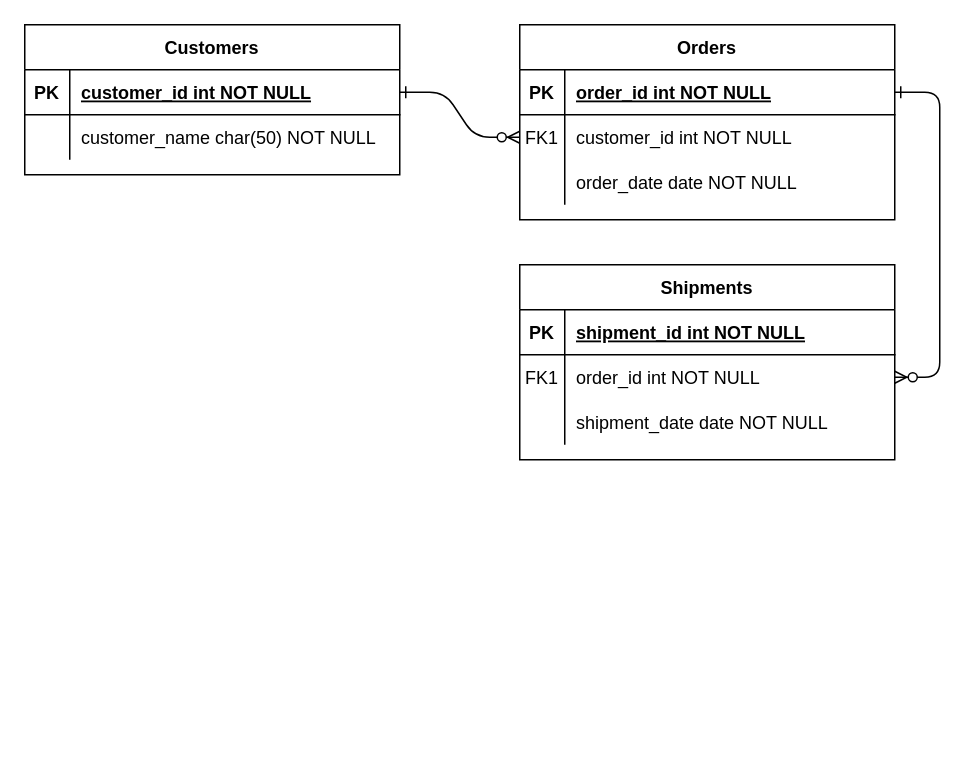
Before: Untitled Diagram.drawio in wunicorns/diagram4node, a draw.io diagram. Source tidied: cells renumbered, new cells numbered last; positions are measured from the earlier drawing's top-left corner, leaving out a move shared by most shapes. Both pictures are drawn from the tidied source at 150%, with x=0, y=0 at pixel (24, 24).
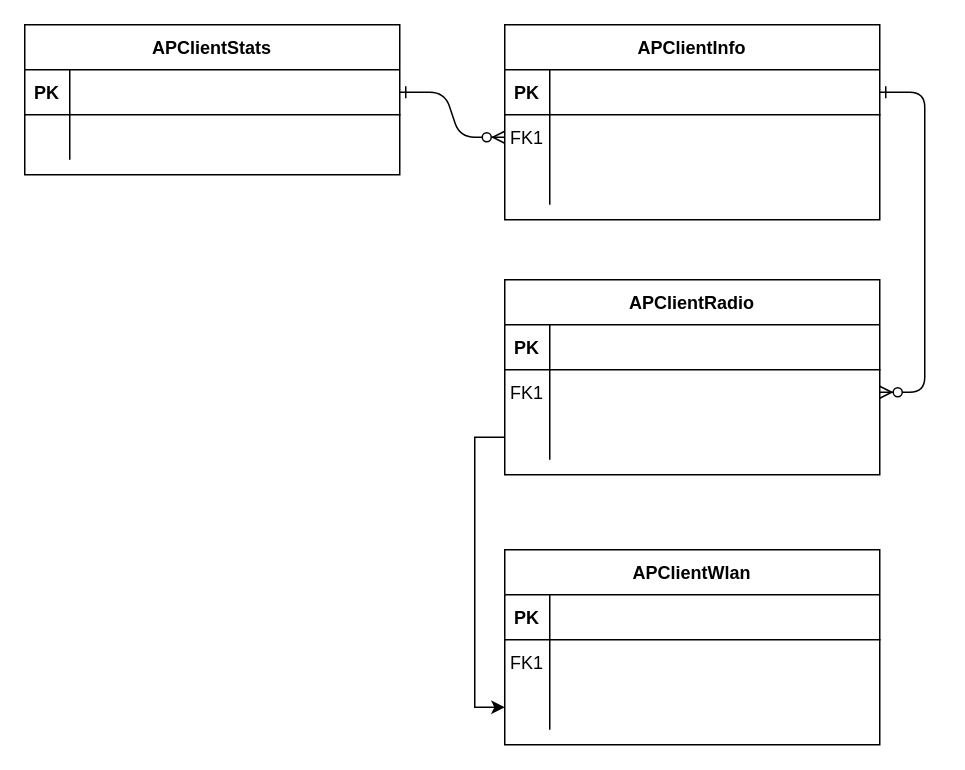
After the change.

The change refers to these unchanged cells:
```xml
<mxCell id="5" style="shape=partialRectangle;fillColor=none;points=[[0,0.5],[1,0.5]];portConstraint=eastwest;top=0;left=0;right=0;bottom=1;" parent="4" vertex="1">
  <mxGeometry y="30" width="250" height="30" as="geometry" />
</mxCell>
<mxCell id="8" style="shape=partialRectangle;fillColor=none;points=[[0,0.5],[1,0.5]];portConstraint=eastwest;top=0;left=0;right=0;bottom=0;" parent="4" vertex="1">
  <mxGeometry y="60" width="250" height="30" as="geometry" />
</mxCell>
<mxCell id="11" style="shape=partialRectangle;fillColor=none;top=0;left=0;right=0;bottom=0;" parent="4" vertex="1">
  <mxGeometry y="90" width="250" height="30" as="geometry" />
</mxCell>
<mxCell id="15" style="shape=partialRectangle;fillColor=none;top=0;left=0;right=0;bottom=1;" parent="14" vertex="1">
  <mxGeometry y="30" width="250" height="30" as="geometry" />
</mxCell>
<mxCell id="18" style="shape=partialRectangle;fillColor=none;points=[[0,0.5],[1,0.5]];portConstraint=eastwest;top=0;left=0;right=0;bottom=0;" parent="14" vertex="1">
  <mxGeometry y="60" width="250" height="30" as="geometry" />
</mxCell>
<mxCell id="21" style="shape=partialRectangle;fillColor=none;points=[[0,0.5],[1,0.5]];portConstraint=eastwest;top=0;left=0;right=0;bottom=0;" parent="14" vertex="1">
  <mxGeometry y="90" width="250" height="30" as="geometry" />
</mxCell>
<mxCell id="25" style="shape=partialRectangle;fillColor=none;points=[[0,0.5],[1,0.5]];portConstraint=eastwest;top=0;left=0;right=0;bottom=1;" parent="24" vertex="1">
  <mxGeometry y="30" width="250" height="30" as="geometry" />
</mxCell>
<mxCell id="28" style="shape=partialRectangle;fillColor=none;top=0;left=0;right=0;bottom=0;" parent="24" vertex="1">
  <mxGeometry y="60" width="250" height="30" as="geometry" />
</mxCell>
```

What changed in the source:
```diff
@@
-    <mxCell id="3" style="edgeStyle=entityRelationEdgeStyle;endArrow=ERzeroToMany;startArrow=ERone;endFill=1;startFill=0;" parent="1" edge="1" source="5" target="18">
+    <mxCell id="3" style="edgeStyle=entityRelationEdgeStyle;endArrow=ERzeroToMany;startArrow=ERone;endFill=1;startFill=0;entryX=1;entryY=0.5;entryDx=0;entryDy=0;" parent="1" edge="1" source="5" target="35">
       <mxGeometry relative="1" as="geometry" />
     </mxCell>
-    <mxCell id="4" value="Orders" style="shape=table;startSize=30;childLayout=tableLayout;rowLines=0;fontStyle=1;align=center;" parent="1" vertex="1">
-      <mxGeometry x="330" width="250" height="130" as="geometry" />
+    <mxCell id="4" value="APClientInfo" style="shape=table;startSize=30;childLayout=tableLayout;rowLines=0;fontStyle=1;align=center;" parent="1" vertex="1">
+      <mxGeometry x="320" width="250" height="130" as="geometry" />
     </mxCell>
@@
-    <mxCell id="7" value="order_id int NOT NULL " style="shape=partialRectangle;overflow=hidden;fillColor=none;top=0;left=0;bottom=0;right=0;align=left;spacingLeft=6;fontStyle=5;" parent="5" vertex="1">
+    <mxCell id="7" style="shape=partialRectangle;overflow=hidden;fillColor=none;top=0;left=0;bottom=0;right=0;align=left;spacingLeft=6;fontStyle=5;" parent="5" vertex="1">
       <mxGeometry x="30" width="220" height="30" as="geometry" />
     </mxCell>
@@
-    <mxCell id="10" value="customer_id int NOT NULL" style="shape=partialRectangle;overflow=hidden;fillColor=none;top=0;left=0;bottom=0;right=0;align=left;spacingLeft=6;" parent="8" vertex="1">
+    <mxCell id="10" style="shape=partialRectangle;overflow=hidden;fillColor=none;top=0;left=0;bottom=0;right=0;align=left;spacingLeft=6;" parent="8" vertex="1">
       <mxGeometry x="30" width="220" height="30" as="geometry" />
     </mxCell>
@@
-    <mxCell id="13" value="order_date date NOT NULL" style="shape=partialRectangle;overflow=hidden;fillColor=none;top=0;left=0;bottom=0;right=0;align=left;spacingLeft=6;" parent="11" vertex="1">
+    <mxCell id="13" style="shape=partialRectangle;overflow=hidden;fillColor=none;top=0;left=0;bottom=0;right=0;align=left;spacingLeft=6;" parent="11" vertex="1">
       <mxGeometry x="30" width="220" height="30" as="geometry" />
     </mxCell>
-    <mxCell id="14" value="Shipments" style="shape=table;startSize=30;childLayout=tableLayout;rowLines=0;fontStyle=1;align=center;" parent="1" vertex="1">
-      <mxGeometry x="330" y="160" width="250" height="130" as="geometry" />
+    <mxCell id="14" value="APClientWlan" style="shape=table;startSize=30;childLayout=tableLayout;rowLines=0;fontStyle=1;align=center;" parent="1" vertex="1">
+      <mxGeometry x="320" y="350" width="250" height="130" as="geometry" />
     </mxCell>
@@
-    <mxCell id="17" value="shipment_id int NOT NULL " style="shape=partialRectangle;overflow=hidden;fillColor=none;top=0;left=0;bottom=0;right=0;align=left;spacingLeft=6;fontStyle=5;" parent="15" vertex="1">
+    <mxCell id="17" style="shape=partialRectangle;overflow=hidden;fillColor=none;top=0;left=0;bottom=0;right=0;align=left;spacingLeft=6;fontStyle=5;" parent="15" vertex="1">
       <mxGeometry x="30" width="220" height="30" as="geometry" />
     </mxCell>
@@
-    <mxCell id="20" value="order_id int NOT NULL" style="shape=partialRectangle;overflow=hidden;fillColor=none;top=0;left=0;bottom=0;right=0;align=left;spacingLeft=6;" parent="18" vertex="1">
+    <mxCell id="20" style="shape=partialRectangle;overflow=hidden;fillColor=none;top=0;left=0;bottom=0;right=0;align=left;spacingLeft=6;" parent="18" vertex="1">
       <mxGeometry x="30" width="220" height="30" as="geometry" />
     </mxCell>
@@
-    <mxCell id="23" value="shipment_date date NOT NULL" style="shape=partialRectangle;overflow=hidden;fillColor=none;top=0;left=0;bottom=0;right=0;align=left;spacingLeft=6;" parent="21" vertex="1">
+    <mxCell id="23" style="shape=partialRectangle;overflow=hidden;fillColor=none;top=0;left=0;bottom=0;right=0;align=left;spacingLeft=6;" parent="21" vertex="1">
       <mxGeometry x="30" width="220" height="30" as="geometry" />
     </mxCell>
-    <mxCell id="24" value="Customers" style="shape=table;startSize=30;childLayout=tableLayout;rowLines=0;fontStyle=1;align=center;" parent="1" vertex="1">
+    <mxCell id="24" value="APClientStats" style="shape=table;startSize=30;childLayout=tableLayout;rowLines=0;fontStyle=1;align=center;" parent="1" vertex="1">
       <mxGeometry width="250" height="100" as="geometry" />
     </mxCell>
@@
-    <mxCell id="27" value="customer_id int NOT NULL " style="shape=partialRectangle;overflow=hidden;fillColor=none;top=0;left=0;bottom=0;right=0;align=left;spacingLeft=6;fontStyle=5;" parent="25" vertex="1">
+    <mxCell id="27" style="shape=partialRectangle;overflow=hidden;fillColor=none;top=0;left=0;bottom=0;right=0;align=left;spacingLeft=6;fontStyle=5;" parent="25" vertex="1">
       <mxGeometry x="30" width="220" height="30" as="geometry" />
     </mxCell>
@@
-    <mxCell id="30" value="customer_name char(50) NOT NULL" style="shape=partialRectangle;overflow=hidden;fillColor=none;top=0;left=0;bottom=0;right=0;align=left;spacingLeft=6;" parent="28" vertex="1">
+    <mxCell id="30" style="shape=partialRectangle;overflow=hidden;fillColor=none;top=0;left=0;bottom=0;right=0;align=left;spacingLeft=6;" parent="28" vertex="1">
       <mxGeometry x="30" width="220" height="30" as="geometry" />
     </mxCell>
+    <mxCell id="31" value="APClientRadio" style="shape=table;startSize=30;childLayout=tableLayout;rowLines=0;fontStyle=1;align=center;" parent="1" vertex="1">
+      <mxGeometry x="320" y="170" width="250" height="130" as="geometry" />
+    </mxCell>
+    <mxCell id="32" style="shape=partialRectangle;fillColor=none;top=0;left=0;right=0;bottom=1;" parent="31" vertex="1">
+      <mxGeometry y="30" width="250" height="30" as="geometry" />
+    </mxCell>
+    <mxCell id="33" value="PK" style="shape=partialRectangle;overflow=hidden;fillColor=none;top=0;left=0;bottom=0;right=0;fontStyle=1;" parent="32" vertex="1">
+      <mxGeometry width="30" height="30" as="geometry" />
+    </mxCell>
+    <mxCell id="34" style="shape=partialRectangle;overflow=hidden;fillColor=none;top=0;left=0;bottom=0;right=0;align=left;spacingLeft=6;fontStyle=5;" parent="32" vertex="1">
+      <mxGeometry x="30" width="220" height="30" as="geometry" />
+    </mxCell>
+    <mxCell id="35" style="shape=partialRectangle;fillColor=none;points=[[0,0.5],[1,0.5]];portConstraint=eastwest;top=0;left=0;right=0;bottom=0;" parent="31" vertex="1">
+      <mxGeometry y="60" width="250" height="30" as="geometry" />
+    </mxCell>
+    <mxCell id="36" value="FK1" style="shape=partialRectangle;overflow=hidden;fillColor=none;top=0;left=0;bottom=0;right=0;" parent="35" vertex="1">
+      <mxGeometry width="30" height="30" as="geometry" />
+    </mxCell>
+    <mxCell id="37" style="shape=partialRectangle;overflow=hidden;fillColor=none;top=0;left=0;bottom=0;right=0;align=left;spacingLeft=6;" parent="35" vertex="1">
+      <mxGeometry x="30" width="220" height="30" as="geometry" />
+    </mxCell>
+    <mxCell id="38" style="shape=partialRectangle;fillColor=none;points=[[0,0.5],[1,0.5]];portConstraint=eastwest;top=0;left=0;right=0;bottom=0;" parent="31" vertex="1">
+      <mxGeometry y="90" width="250" height="30" as="geometry" />
+    </mxCell>
+    <mxCell id="39" style="shape=partialRectangle;overflow=hidden;fillColor=none;top=0;left=0;bottom=0;right=0;" parent="38" vertex="1">
+      <mxGeometry width="30" height="30" as="geometry" />
+    </mxCell>
+    <mxCell id="40" style="shape=partialRectangle;overflow=hidden;fillColor=none;top=0;left=0;bottom=0;right=0;align=left;spacingLeft=6;" parent="38" vertex="1">
+      <mxGeometry x="30" width="220" height="30" as="geometry" />
+    </mxCell>
+    <mxCell id="41" style="edgeStyle=orthogonalEdgeStyle;rounded=0;jettySize=auto;html=1;exitX=0;exitY=0.5;exitDx=0;exitDy=0;entryX=0;entryY=0.5;entryDx=0;entryDy=0;" parent="1" edge="1" source="38" target="21">
+      <mxGeometry relative="1" as="geometry" />
+    </mxCell>
```
